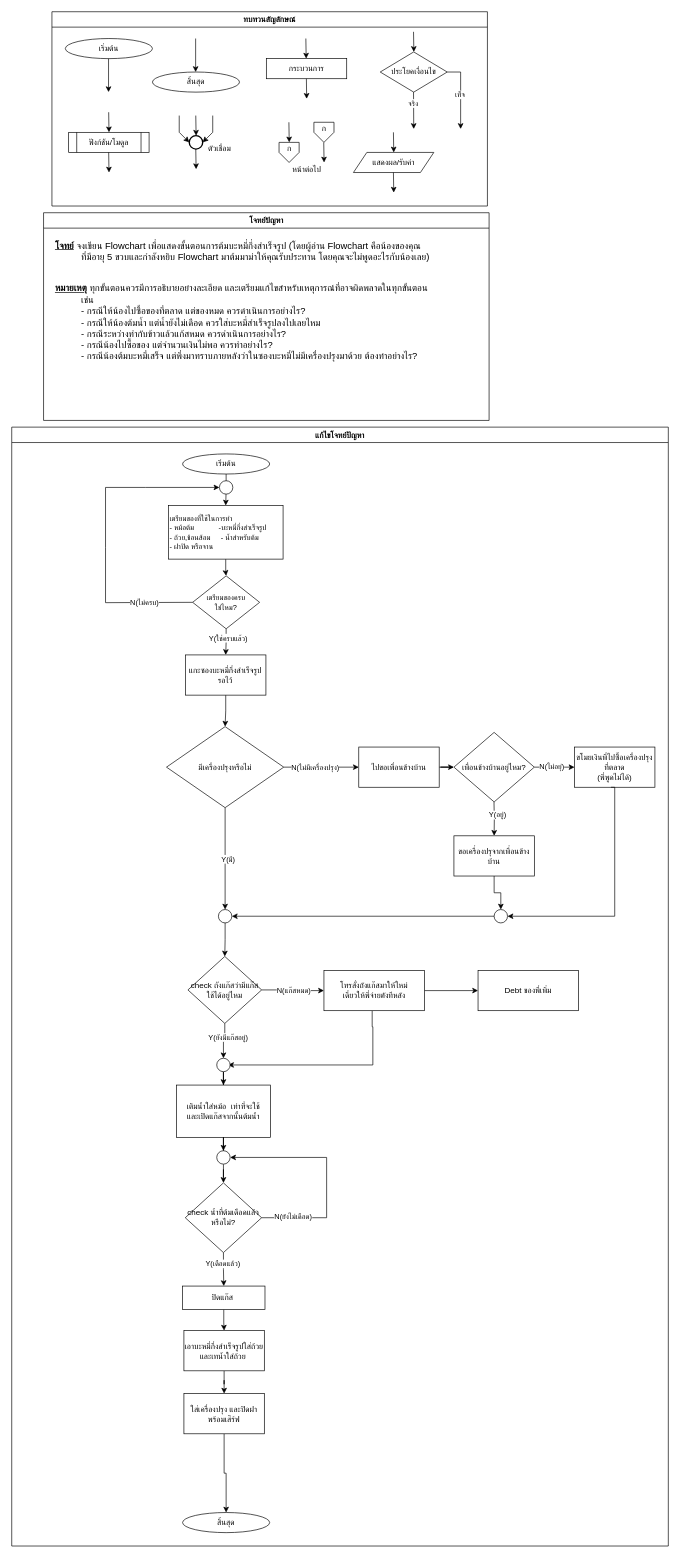
Earlier version of the draw.io diagram Homework/HW02/hw02-1-noodle(fix).drawio (JACK-Prime/ENGCC304). Source tidied: cells renumbered, new cells numbered last; positions are measured from the earlier drawing's top-left corner, leaving out a move shared by most shapes. Both pictures are drawn from the tidied source at 67%, with x=0, y=0 at pixel (11, 11).
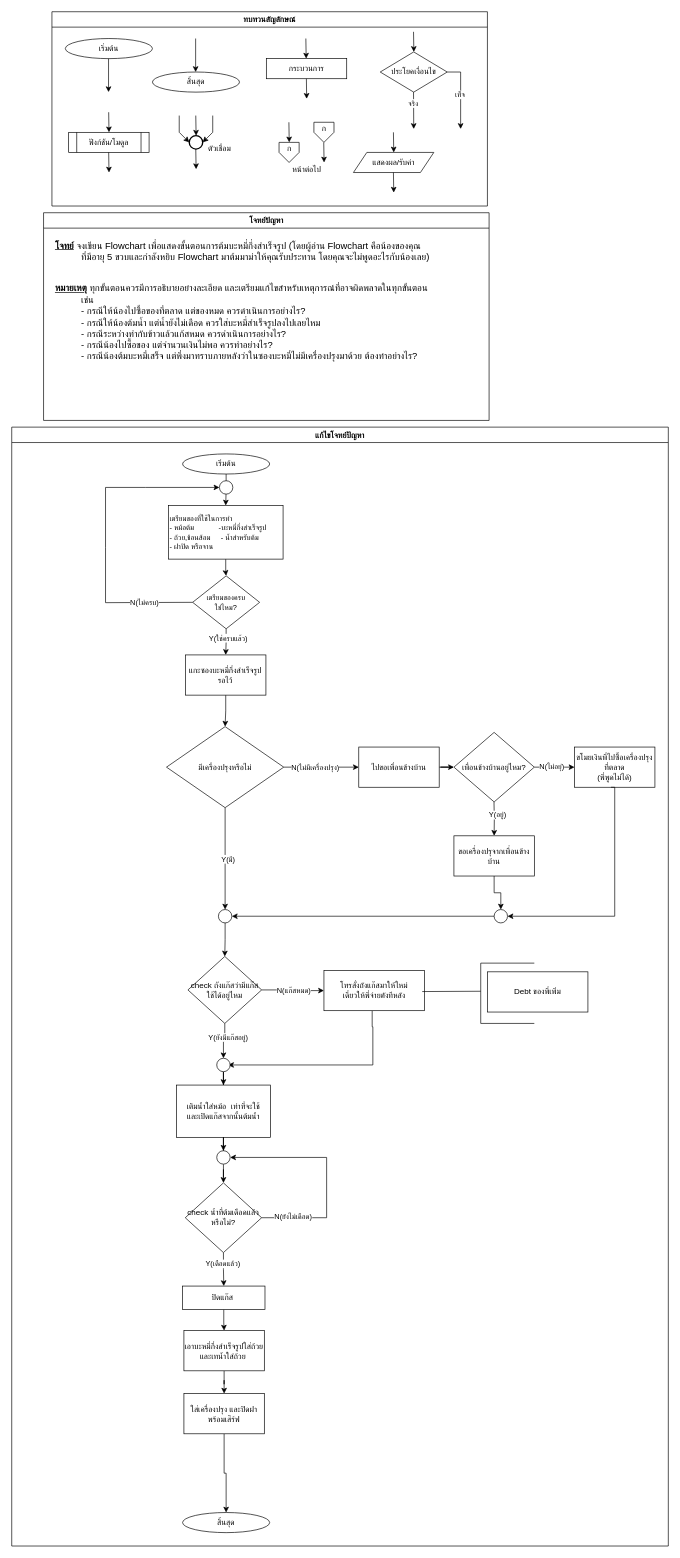
After the change.

The change refers to these unchanged cells:
```xml
<mxCell id="35" value="แก้ไขโจทย์ปัญหา" style="swimlane;fontFamily=Sarabun;" parent="1" vertex="1">
  <mxGeometry y="620" width="980" height="1670" as="geometry" />
</mxCell>
<mxCell id="52" value="โทรสั่งถังแก๊สมาให้ใหม่&lt;div&gt;เดี๋ยวให้พี่จ่ายตังทีหลัง&lt;/div&gt;" style="whiteSpace=wrap;html=1;" parent="35" vertex="1">
  <mxGeometry x="466" y="811" width="150" height="60" as="geometry" />
</mxCell>
```

Change to the diagram source:
```diff
@@
-    <mxCell id="51" style="edgeStyle=orthogonalEdgeStyle;rounded=0;jettySize=auto;html=1;" parent="35" edge="1" source="52" target="78">
-      <mxGeometry relative="1" as="geometry" />
-    </mxCell>
@@
     <mxCell id="78" value="Debt ของพี่เพิ่ม" style="whiteSpace=wrap;html=1;" parent="35" vertex="1">
-      <mxGeometry x="696" y="811" width="150" height="60" as="geometry" />
+      <mxGeometry x="710" y="813" width="150" height="60" as="geometry" />
     </mxCell>
@@
+    <mxCell id="97" style="endArrow=none;html=1;rounded=0;" parent="35" edge="1">
+      <mxGeometry relative="1" as="geometry">
+        <mxPoint x="700" y="800" as="sourcePoint" />
+        <mxPoint x="780" y="800" as="targetPoint" />
+      </mxGeometry>
+    </mxCell>
@@
+    <mxCell id="98" style="endArrow=none;html=1;rounded=0;exitX=0.978;exitY=0.524;exitDx=0;exitDy=0;exitPerimeter=0;" parent="1" edge="1" source="52">
+      <mxGeometry relative="1" as="geometry">
+        <mxPoint x="700" y="1462" as="targetPoint" />
+      </mxGeometry>
+    </mxCell>
+    <mxCell id="99" style="endArrow=none;html=1;rounded=0;" parent="1" edge="1">
+      <mxGeometry relative="1" as="geometry">
+        <mxPoint x="700" y="1420" as="sourcePoint" />
+        <mxPoint x="700" y="1510" as="targetPoint" />
+      </mxGeometry>
+    </mxCell>
+    <mxCell id="100" style="endArrow=none;html=1;rounded=0;" parent="1" edge="1">
+      <mxGeometry relative="1" as="geometry">
+        <mxPoint x="700" y="1510" as="sourcePoint" />
+        <mxPoint x="780" y="1510" as="targetPoint" />
+      </mxGeometry>
+    </mxCell>
```
